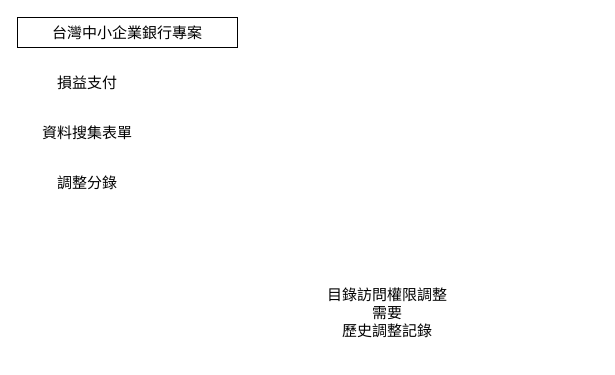
sigurd0414/project keeps this draw.io diagram as taiwan-bu-bank.drawio. Above is the earlier version. Source tidied: cells renumbered, new cells numbered last; positions are measured from the earlier drawing's top-left corner, leaving out a move shared by most shapes. Both pictures are drawn from the tidied source at 100%, with x=0, y=0 at pixel (17, 17).
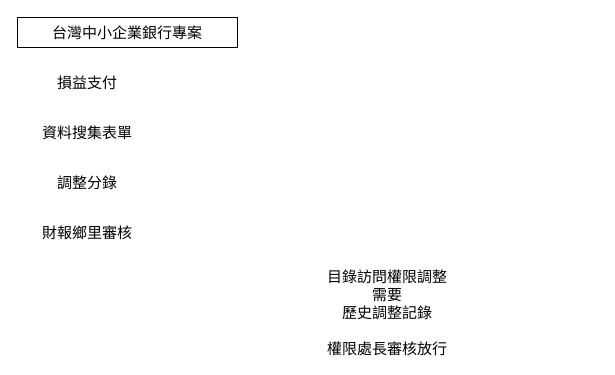
The same diagram, later.

What changed in the source:
```diff
@@
 <mxGraphModel>
   <root>
     <mxCell id="0" />
     <mxCell id="1" parent="0" />
     <mxCell id="2" value="台灣中小企業銀行專案" style="rounded=0;whiteSpace=wrap;html=1;fontSize=15;" parent="1" vertex="1">
       <mxGeometry width="220" height="30" as="geometry" />
     </mxCell>
     <mxCell id="3" value="損益支付" style="text;html=1;strokeColor=none;fillColor=none;align=center;verticalAlign=middle;whiteSpace=wrap;rounded=0;fontSize=15;" parent="1" vertex="1">
       <mxGeometry x="20" y="50" width="100" height="30" as="geometry" />
     </mxCell>
     <mxCell id="4" value="資料搜集表單" style="text;html=1;strokeColor=none;fillColor=none;align=center;verticalAlign=middle;whiteSpace=wrap;rounded=0;fontSize=15;" parent="1" vertex="1">
       <mxGeometry x="20" y="100" width="100" height="30" as="geometry" />
     </mxCell>
     <mxCell id="5" value="調整分錄" style="text;html=1;strokeColor=none;fillColor=none;align=center;verticalAlign=middle;whiteSpace=wrap;rounded=0;fontSize=15;" parent="1" vertex="1">
       <mxGeometry x="20" y="150" width="100" height="30" as="geometry" />
     </mxCell>
-    <mxCell id="6" value="目錄訪問權限調整&lt;br&gt;需要&lt;br&gt;歷史調整記錄" style="text;html=1;strokeColor=none;fillColor=none;align=center;verticalAlign=middle;whiteSpace=wrap;rounded=0;fontSize=15;" parent="1" vertex="1">
+    <mxCell id="6" value="目錄訪問權限調整&lt;br&gt;需要&lt;br&gt;歷史調整記錄&lt;br&gt;&lt;br&gt;權限處長審核放行" style="text;html=1;strokeColor=none;fillColor=none;align=center;verticalAlign=middle;whiteSpace=wrap;rounded=0;fontSize=15;" parent="1" vertex="1">
       <mxGeometry x="160" y="280" width="420" height="30" as="geometry" />
     </mxCell>
+    <mxCell id="7" value="財報鄉里審核" style="text;html=1;strokeColor=none;fillColor=none;align=center;verticalAlign=middle;whiteSpace=wrap;rounded=0;fontSize=15;" parent="1" vertex="1">
+      <mxGeometry x="20" y="200" width="100" height="30" as="geometry" />
+    </mxCell>
   </root>
 </mxGraphModel>
```
